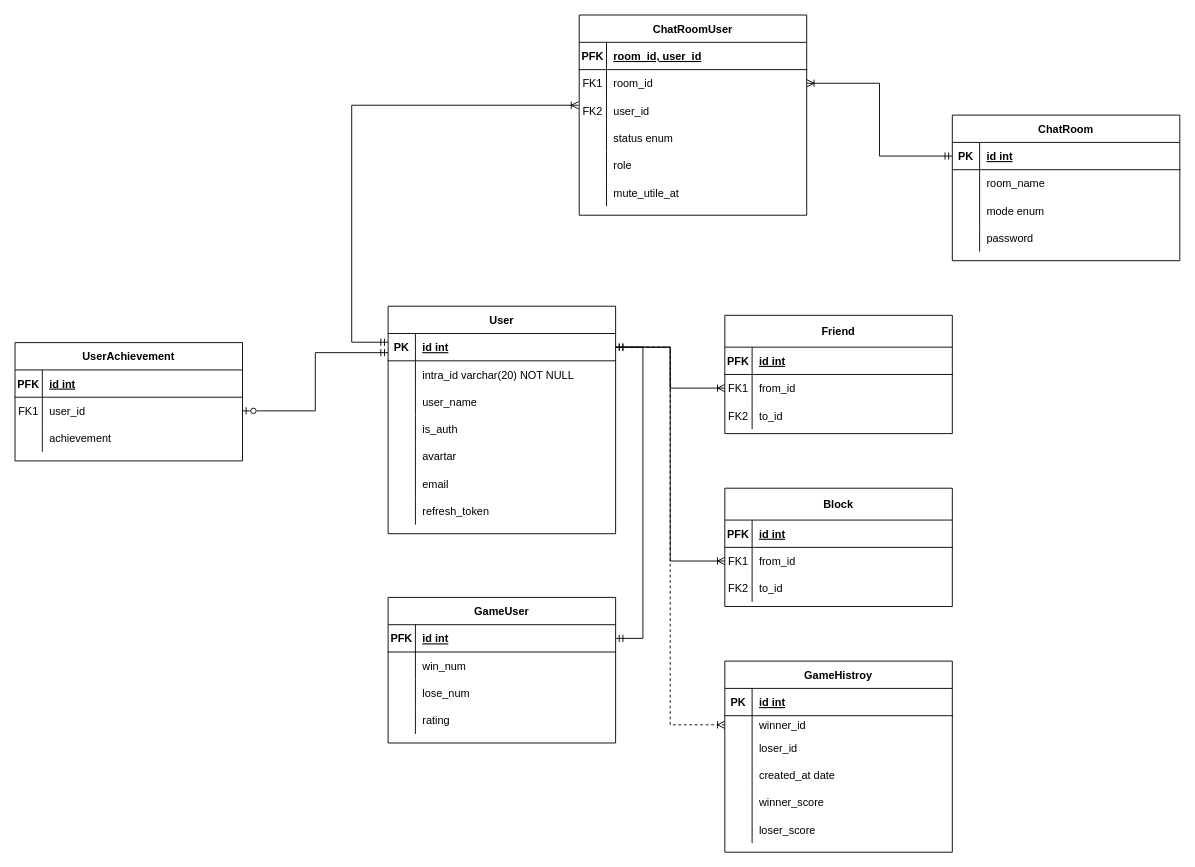
Earlier version of the draw.io diagram Untitled.drawio (42MVP/ft_transcendence). Source tidied: cells renumbered, new cells numbered last; positions are measured from the earlier drawing's top-left corner, leaving out a move shared by most shapes. Both pictures are drawn from the tidied source at 91%, with x=0, y=0 at pixel (15, 15).
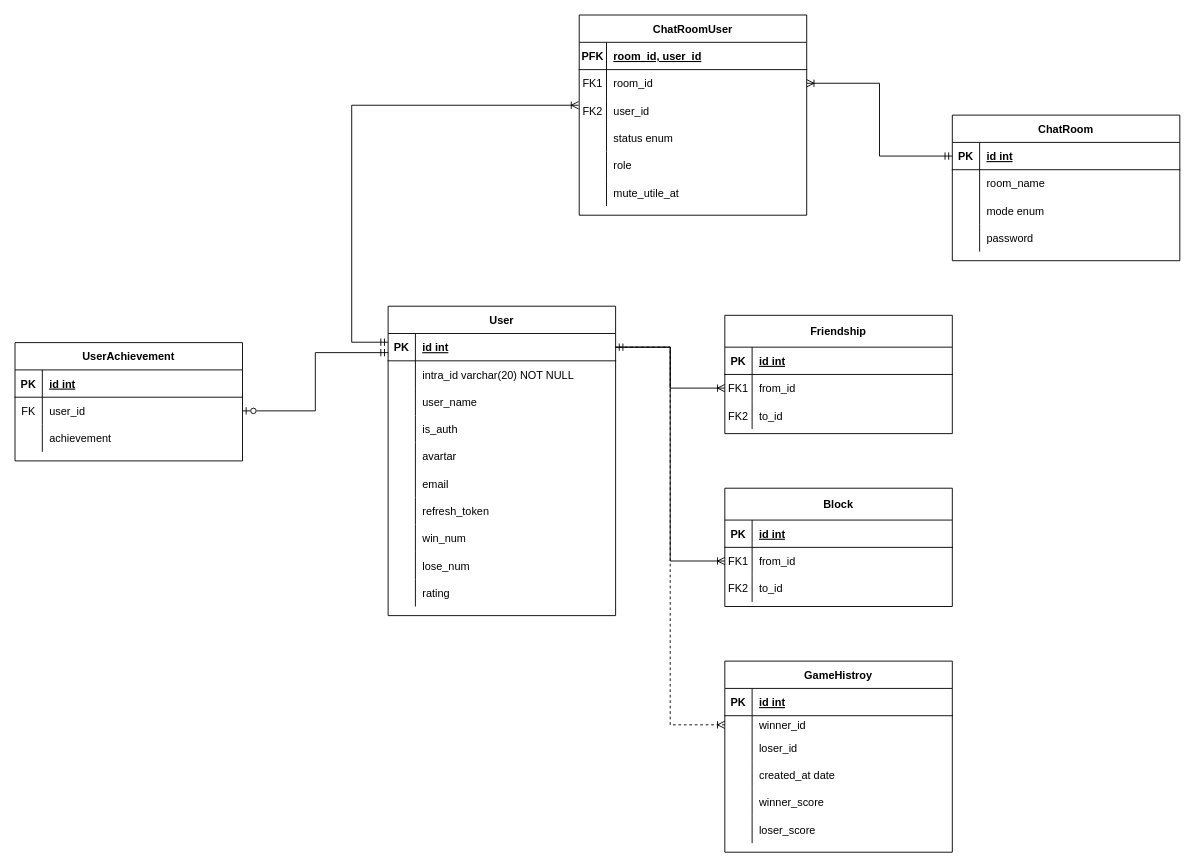
After the change.

Commit message:
📝 DOC: game user table 삭제

Unchanged cells that the change refers to:
```xml
<mxCell id="3" style="shape=partialRectangle;fillColor=none;points=[[0,0.5],[1,0.5]];portConstraint=eastwest;top=0;left=0;right=0;bottom=1;" parent="2" vertex="1">
  <mxGeometry y="30" width="250" height="30" as="geometry" />
</mxCell>
<mxCell id="25" style="shape=partialRectangle;fillColor=none;top=0;left=0;right=0;bottom=1;" parent="24" vertex="1">
  <mxGeometry y="35" width="250" height="30" as="geometry" />
</mxCell>
<mxCell id="80" style="shape=partialRectangle;fillColor=none;top=0;left=0;right=0;bottom=1;" parent="79" vertex="1">
  <mxGeometry y="30" width="250" height="30" as="geometry" />
</mxCell>
<mxCell id="83" style="shape=partialRectangle;fillColor=none;points=[[0,0.5],[1,0.5]];portConstraint=eastwest;top=0;left=0;right=0;bottom=0;" parent="79" vertex="1">
  <mxGeometry y="60" width="250" height="30" as="geometry" />
</mxCell>
<mxCell id="115" style="shape=partialRectangle;fillColor=none;top=0;left=0;right=0;bottom=1;" parent="114" vertex="1">
  <mxGeometry y="35" width="250" height="30" as="geometry" />
</mxCell>
```

Diff of the diagram source:
```diff
@@
     <mxCell id="2" value="User" style="shape=table;startSize=30;childLayout=tableLayout;rowLines=0;fontStyle=1;align=center;" parent="1" vertex="1">
-      <mxGeometry x="410" y="320" width="250" height="250" as="geometry" />
+      <mxGeometry x="410" y="320" width="250" height="340" as="geometry" />
     </mxCell>
@@
+    <mxCell id="125" style="shape=partialRectangle;fillColor=none;top=0;left=0;right=0;bottom=0;" parent="2" vertex="1">
+      <mxGeometry y="240" width="250" height="30" as="geometry" />
+    </mxCell>
+    <mxCell id="126" style="shape=partialRectangle;overflow=hidden;fillColor=none;top=0;left=0;bottom=0;right=0;" parent="125" vertex="1">
+      <mxGeometry width="30" height="30" as="geometry" />
+    </mxCell>
+    <mxCell id="40" value="win_num" style="shape=partialRectangle;overflow=hidden;fillColor=none;top=0;left=0;bottom=0;right=0;align=left;spacingLeft=6;" parent="125" vertex="1">
+      <mxGeometry x="30" width="220" height="30" as="geometry" />
+    </mxCell>
+    <mxCell id="127" style="shape=partialRectangle;fillColor=none;top=0;left=0;right=0;bottom=0;" parent="2" vertex="1">
+      <mxGeometry y="270" width="250" height="30" as="geometry" />
+    </mxCell>
+    <mxCell id="128" style="shape=partialRectangle;overflow=hidden;fillColor=none;top=0;left=0;bottom=0;right=0;" parent="127" vertex="1">
+      <mxGeometry width="30" height="30" as="geometry" />
+    </mxCell>
+    <mxCell id="43" value="lose_num" style="shape=partialRectangle;overflow=hidden;fillColor=none;top=0;left=0;bottom=0;right=0;align=left;spacingLeft=6;" parent="127" vertex="1">
+      <mxGeometry x="30" width="220" height="30" as="geometry" />
+    </mxCell>
+    <mxCell id="129" style="shape=partialRectangle;fillColor=none;top=0;left=0;right=0;bottom=0;" parent="2" vertex="1">
+      <mxGeometry y="300" width="250" height="30" as="geometry" />
+    </mxCell>
+    <mxCell id="130" style="shape=partialRectangle;overflow=hidden;fillColor=none;top=0;left=0;bottom=0;right=0;" parent="129" vertex="1">
+      <mxGeometry width="30" height="30" as="geometry" />
+    </mxCell>
+    <mxCell id="46" value="rating" style="shape=partialRectangle;overflow=hidden;fillColor=none;top=0;left=0;bottom=0;right=0;align=left;spacingLeft=6;" parent="129" vertex="1">
+      <mxGeometry x="30" width="220" height="30" as="geometry" />
+    </mxCell>
-    <mxCell id="24" value="Friend" style="shape=table;startSize=35;childLayout=tableLayout;rowLines=0;fontStyle=1;align=center;" parent="1" vertex="1">
+    <mxCell id="24" value="Friendship" style="shape=table;startSize=35;childLayout=tableLayout;rowLines=0;fontStyle=1;align=center;" parent="1" vertex="1">
       <mxGeometry x="780" y="330" width="250" height="130" as="geometry" />
     </mxCell>
@@
-    <mxCell id="26" value="PFK" style="shape=partialRectangle;overflow=hidden;fillColor=none;top=0;left=0;bottom=0;right=0;fontStyle=1;" parent="25" vertex="1">
+    <mxCell id="26" value="PK" style="shape=partialRectangle;overflow=hidden;fillColor=none;top=0;left=0;bottom=0;right=0;fontStyle=1;" parent="25" vertex="1">
       <mxGeometry width="30" height="30" as="geometry" />
     </mxCell>
@@
-    <mxCell id="34" value="GameUser" style="shape=table;startSize=30;childLayout=tableLayout;rowLines=0;fontStyle=1;align=center;" parent="1" vertex="1">
-      <mxGeometry x="410" y="640" width="250" height="160" as="geometry" />
-    </mxCell>
-    <mxCell id="35" style="shape=partialRectangle;fillColor=none;points=[[0,0.5],[1,0.5]];portConstraint=eastwest;top=0;left=0;right=0;bottom=1;" parent="34" vertex="1">
-      <mxGeometry y="30" width="250" height="30" as="geometry" />
-    </mxCell>
-    <mxCell id="36" value="PFK" style="shape=partialRectangle;overflow=hidden;fillColor=none;top=0;left=0;bottom=0;right=0;fontStyle=1;" parent="35" vertex="1">
-      <mxGeometry width="30" height="30" as="geometry" />
-    </mxCell>
-    <mxCell id="37" value="id int" style="shape=partialRectangle;overflow=hidden;fillColor=none;top=0;left=0;bottom=0;right=0;align=left;spacingLeft=6;fontStyle=5;" parent="35" vertex="1">
-      <mxGeometry x="30" width="220" height="30" as="geometry" />
-    </mxCell>
-    <mxCell id="38" style="shape=partialRectangle;fillColor=none;top=0;left=0;right=0;bottom=0;" parent="34" vertex="1">
-      <mxGeometry y="60" width="250" height="30" as="geometry" />
-    </mxCell>
-    <mxCell id="39" style="shape=partialRectangle;overflow=hidden;fillColor=none;top=0;left=0;bottom=0;right=0;" parent="38" vertex="1">
-      <mxGeometry width="30" height="30" as="geometry" />
-    </mxCell>
-    <mxCell id="40" value="win_num" style="shape=partialRectangle;overflow=hidden;fillColor=none;top=0;left=0;bottom=0;right=0;align=left;spacingLeft=6;" parent="38" vertex="1">
-      <mxGeometry x="30" width="220" height="30" as="geometry" />
-    </mxCell>
-    <mxCell id="41" style="shape=partialRectangle;fillColor=none;top=0;left=0;right=0;bottom=0;" parent="34" vertex="1">
-      <mxGeometry y="90" width="250" height="30" as="geometry" />
-    </mxCell>
-    <mxCell id="42" style="shape=partialRectangle;overflow=hidden;fillColor=none;top=0;left=0;bottom=0;right=0;" parent="41" vertex="1">
-      <mxGeometry width="30" height="30" as="geometry" />
-    </mxCell>
-    <mxCell id="43" value="lose_num" style="shape=partialRectangle;overflow=hidden;fillColor=none;top=0;left=0;bottom=0;right=0;align=left;spacingLeft=6;" parent="41" vertex="1">
-      <mxGeometry x="30" width="220" height="30" as="geometry" />
-    </mxCell>
-    <mxCell id="44" style="shape=partialRectangle;fillColor=none;top=0;left=0;right=0;bottom=0;" parent="34" vertex="1">
-      <mxGeometry y="120" width="250" height="30" as="geometry" />
-    </mxCell>
-    <mxCell id="45" style="shape=partialRectangle;overflow=hidden;fillColor=none;top=0;left=0;bottom=0;right=0;" parent="44" vertex="1">
-      <mxGeometry width="30" height="30" as="geometry" />
-    </mxCell>
-    <mxCell id="46" value="rating" style="shape=partialRectangle;overflow=hidden;fillColor=none;top=0;left=0;bottom=0;right=0;align=left;spacingLeft=6;" parent="44" vertex="1">
-      <mxGeometry x="30" width="220" height="30" as="geometry" />
-    </mxCell>
@@
-    <mxCell id="81" value="PFK" style="shape=partialRectangle;overflow=hidden;fillColor=none;top=0;left=0;bottom=0;right=0;fontStyle=1;" parent="80" vertex="1">
+    <mxCell id="81" value="PK" style="shape=partialRectangle;overflow=hidden;fillColor=none;top=0;left=0;bottom=0;right=0;fontStyle=1;" parent="80" vertex="1">
       <mxGeometry width="30" height="30" as="geometry" />
     </mxCell>
@@
-    <mxCell id="84" value="FK1" style="shape=partialRectangle;overflow=hidden;fillColor=none;top=0;left=0;bottom=0;right=0;" parent="83" vertex="1">
+    <mxCell id="84" value="FK" style="shape=partialRectangle;overflow=hidden;fillColor=none;top=0;left=0;bottom=0;right=0;" parent="83" vertex="1">
       <mxGeometry width="30" height="30" as="geometry" />
     </mxCell>
@@
-    <mxCell id="108" style="edgeStyle=entityRelationEdgeStyle;fontSize=12;html=1;endArrow=ERmandOne;startArrow=ERmandOne;rounded=0;" parent="1" edge="1" source="35" target="3">
-      <mxGeometry relative="1" as="geometry">
-        <Array as="points">
-          <mxPoint x="378" y="490" />
-          <mxPoint x="438" y="500" />
-        </Array>
-      </mxGeometry>
-    </mxCell>
@@
-    <mxCell id="116" value="PFK" style="shape=partialRectangle;overflow=hidden;fillColor=none;top=0;left=0;bottom=0;right=0;fontStyle=1;" parent="115" vertex="1">
+    <mxCell id="116" value="PK" style="shape=partialRectangle;overflow=hidden;fillColor=none;top=0;left=0;bottom=0;right=0;fontStyle=1;" parent="115" vertex="1">
       <mxGeometry width="30" height="30" as="geometry" />
     </mxCell>
```
